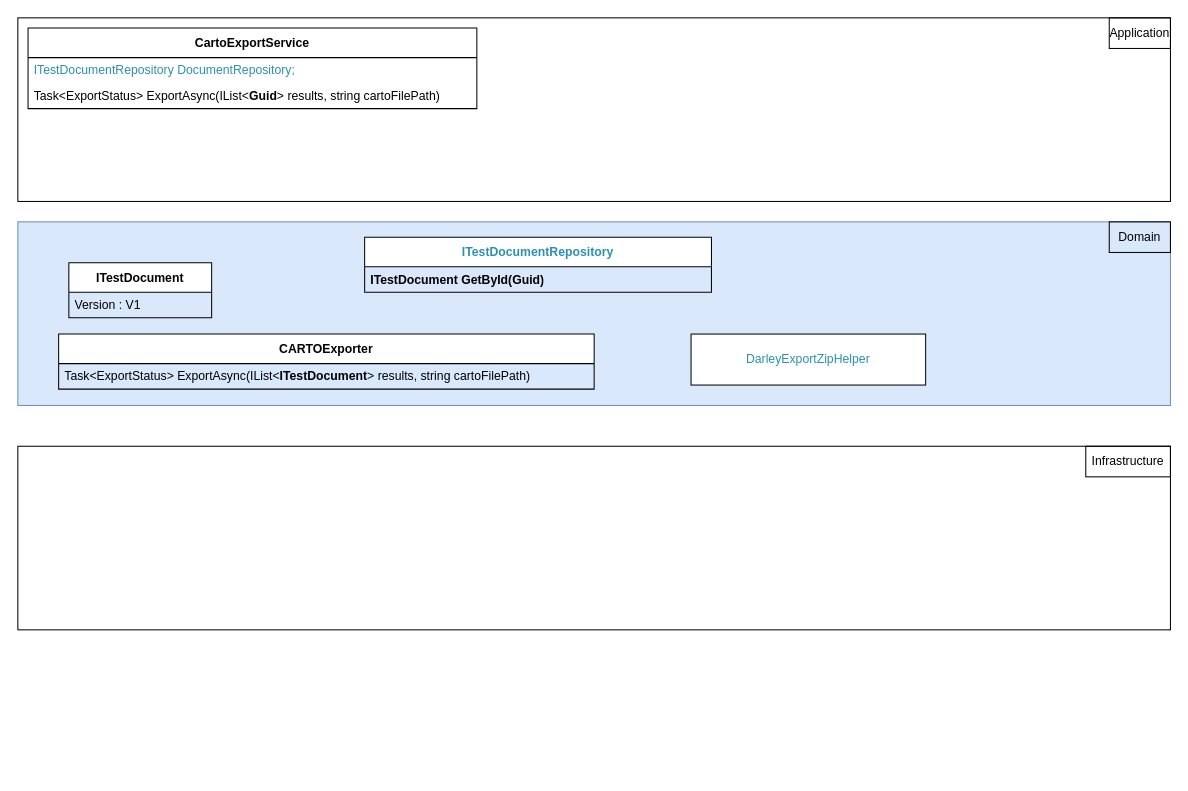
AmolSJawalkar/DrawIO keeps this draw.io diagram as Temp/Untitled Diagram.drawio. Above is the earlier version. Source tidied: cells renumbered, new cells numbered last; positions are measured from the earlier drawing's top-left corner, leaving out a move shared by most shapes. Both pictures are drawn from the tidied source at 102%, with x=0, y=0 at pixel (17, 17).
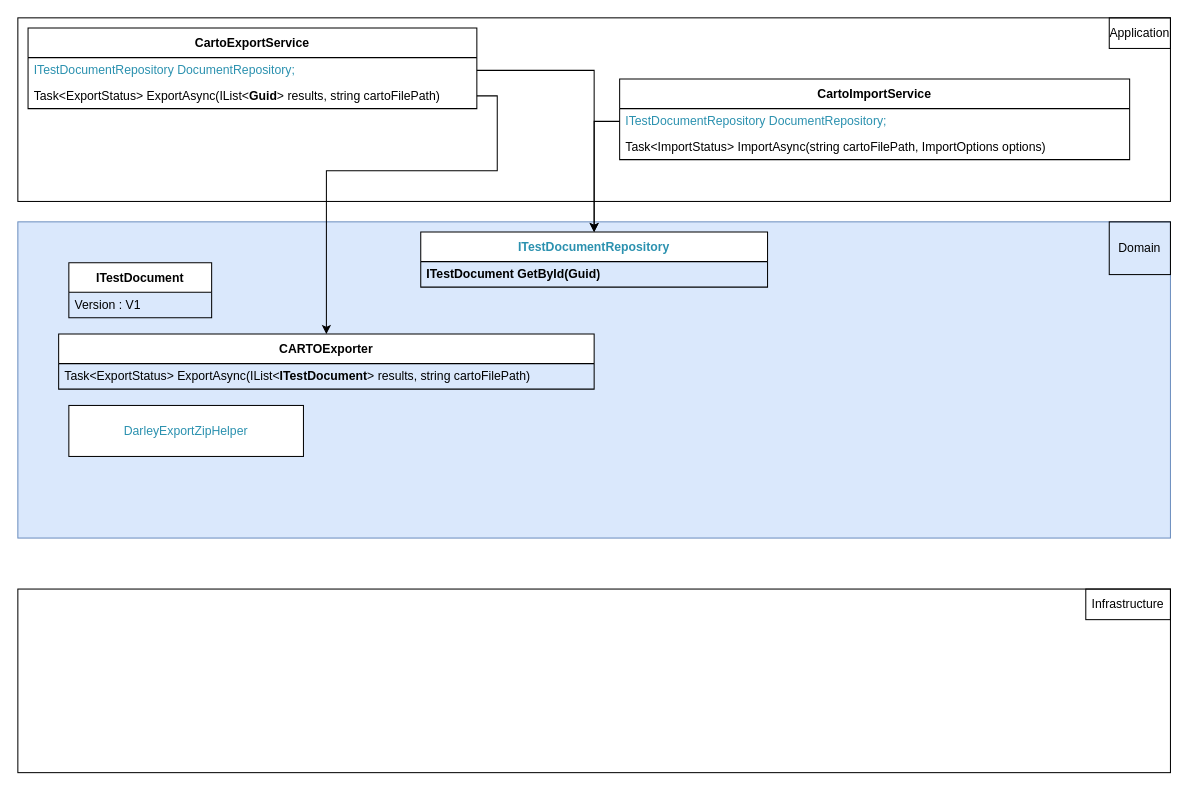
The same diagram, later.

Unchanged cells that the change refers to:
```xml
<mxCell id="8" style="group;" parent="1" vertex="1">
  <mxGeometry width="1130" height="180" as="geometry" />
</mxCell>
<mxCell id="12" value="&lt;font color=&quot;#2b91af&quot;&gt;ITestDocumentRepository DocumentRepository;&lt;/font&gt;" style="text;html=1;strokeColor=none;fillColor=none;align=left;verticalAlign=middle;spacingLeft=4;spacingRight=4;overflow=hidden;points=[[0,0.5],[1,0.5]];portConstraint=eastwest;whiteSpace=wrap;" parent="11" vertex="1">
  <mxGeometry y="29" width="440" height="25" as="geometry" />
</mxCell>
<mxCell id="13" value="&lt;div style=&quot;text-align: center;&quot;&gt;&lt;span style=&quot;background-color: transparent; color: light-dark(rgb(0, 0, 0), rgb(255, 255, 255));&quot;&gt;Task&amp;lt;ExportStatus&amp;gt; ExportAsync(IList&amp;lt;&lt;b&gt;Guid&lt;/b&gt;&lt;/span&gt;&lt;span style=&quot;background-color: transparent; color: light-dark(rgb(0, 0, 0), rgb(255, 255, 255));&quot;&gt;&amp;gt; results, string cartoFilePath)&lt;/span&gt;&lt;/div&gt;" style="text;html=1;strokeColor=none;fillColor=none;align=left;verticalAlign=middle;spacingLeft=4;spacingRight=4;overflow=hidden;points=[[0,0.5],[1,0.5]];portConstraint=eastwest;whiteSpace=wrap;" parent="11" vertex="1">
  <mxGeometry y="54" width="440" height="25" as="geometry" />
</mxCell>
<mxCell id="16" value="CARTOExporter" style="swimlane;fontStyle=1;align=center;verticalAlign=middle;horizontal=1;startSize=29;html=1;whiteSpace=wrap;" parent="1" vertex="1">
  <mxGeometry x="40" y="310" width="525" height="54" as="geometry" />
</mxCell>
```

Change to the diagram source:
```diff
@@
     <mxCell id="2" style="group;" parent="1" vertex="1">
-      <mxGeometry y="420" width="1130" height="180" as="geometry" />
+      <mxGeometry y="560" width="1130" height="180" as="geometry" />
     </mxCell>
@@
     <mxCell id="5" style="group;" parent="1" vertex="1">
-      <mxGeometry y="200" width="1130" height="180" as="geometry" />
+      <mxGeometry y="200" width="1130" height="310" as="geometry" />
     </mxCell>
     <mxCell id="6" style="rounded=0;whiteSpace=wrap;html=1;fillColor=#dae8fc;strokeColor=#6c8ebf;" parent="5" vertex="1">
-      <mxGeometry width="1130" height="180" as="geometry" />
+      <mxGeometry width="1130" height="310" as="geometry" />
     </mxCell>
     <mxCell id="7" value="Domain" style="text;html=1;whiteSpace=wrap;strokeColor=default;fillColor=none;align=center;verticalAlign=middle;rounded=0;" parent="5" vertex="1">
-      <mxGeometry x="1070" width="60" height="30" as="geometry" />
+      <mxGeometry x="1070" width="60" height="51.7" as="geometry" />
     </mxCell>
+    <mxCell id="18" value="&lt;pre style=&quot;font-family: &amp;quot;Cascadia Mono&amp;quot;; font-size: 9pt;&quot;&gt;&lt;span style=&quot;color:#2b91af&quot;&gt;DarleyExportZipHelper&lt;/span&gt;&lt;/pre&gt;" style="html=1;whiteSpace=wrap;" parent="5" vertex="1">
+      <mxGeometry x="50" y="180" width="230" height="50" as="geometry" />
+    </mxCell>
+    <mxCell id="19" value="&lt;pre style=&quot;font-family: &amp;quot;Cascadia Mono&amp;quot;; font-size: 9pt;&quot;&gt;&lt;span style=&quot;color:#2b91af&quot;&gt;ITestDocumentRepository&lt;/span&gt;&lt;/pre&gt;" style="swimlane;fontStyle=1;align=center;verticalAlign=middle;horizontal=1;startSize=29;html=1;whiteSpace=wrap;" parent="5" vertex="1">
+      <mxGeometry x="395" y="10" width="340" height="54" as="geometry" />
+    </mxCell>
+    <mxCell id="20" value="&lt;span style=&quot;font-weight: 700; text-align: center;&quot;&gt;ITestDocument GetById(Guid)&lt;/span&gt;" style="text;html=1;strokeColor=none;fillColor=none;align=left;verticalAlign=middle;spacingLeft=4;spacingRight=4;overflow=hidden;whiteSpace=wrap;" parent="19" vertex="1">
+      <mxGeometry y="29" width="340" height="25" as="geometry" />
+    </mxCell>
@@
+    <mxCell id="21" value="CartoImportService" style="swimlane;fontStyle=1;align=center;verticalAlign=middle;horizontal=1;startSize=29;html=1;whiteSpace=wrap;" parent="8" vertex="1">
+      <mxGeometry x="590" y="60" width="500" height="79" as="geometry" />
+    </mxCell>
+    <mxCell id="22" value="&lt;font color=&quot;#2b91af&quot;&gt;ITestDocumentRepository DocumentRepository;&lt;/font&gt;" style="text;html=1;strokeColor=none;fillColor=none;align=left;verticalAlign=middle;spacingLeft=4;spacingRight=4;overflow=hidden;points=[[0,0.5],[1,0.5]];portConstraint=eastwest;whiteSpace=wrap;" parent="21" vertex="1">
+      <mxGeometry y="29" width="500" height="25" as="geometry" />
+    </mxCell>
+    <mxCell id="23" value="Task&amp;lt;ImportStatus&amp;gt; ImportAsync(string cartoFilePath, ImportOptions options)" style="text;html=1;strokeColor=none;fillColor=none;align=left;verticalAlign=middle;spacingLeft=4;spacingRight=4;overflow=hidden;whiteSpace=wrap;" parent="21" vertex="1">
+      <mxGeometry y="54" width="500" height="25" as="geometry" />
+    </mxCell>
@@
-    <mxCell id="18" value="&lt;pre style=&quot;font-family: &amp;quot;Cascadia Mono&amp;quot;; font-size: 9pt;&quot;&gt;&lt;span style=&quot;color:#2b91af&quot;&gt;DarleyExportZipHelper&lt;/span&gt;&lt;/pre&gt;" style="html=1;whiteSpace=wrap;" parent="1" vertex="1">
-      <mxGeometry x="660" y="310" width="230" height="50" as="geometry" />
-    </mxCell>
-    <mxCell id="19" value="&lt;pre style=&quot;font-family: &amp;quot;Cascadia Mono&amp;quot;; font-size: 9pt;&quot;&gt;&lt;span style=&quot;color:#2b91af&quot;&gt;ITestDocumentRepository&lt;/span&gt;&lt;/pre&gt;" style="swimlane;fontStyle=1;align=center;verticalAlign=middle;horizontal=1;startSize=29;html=1;whiteSpace=wrap;" parent="1" vertex="1">
-      <mxGeometry x="340" y="215" width="340" height="54" as="geometry" />
-    </mxCell>
-    <mxCell id="20" value="&lt;span style=&quot;font-weight: 700; text-align: center;&quot;&gt;ITestDocument GetById(Guid)&lt;/span&gt;" style="text;html=1;strokeColor=none;fillColor=none;align=left;verticalAlign=middle;spacingLeft=4;spacingRight=4;overflow=hidden;whiteSpace=wrap;" parent="19" vertex="1">
-      <mxGeometry y="29" width="340" height="25" as="geometry" />
-    </mxCell>
+    <mxCell id="24" style="edgeStyle=orthogonalEdgeStyle;rounded=0;jettySize=auto;html=1;" parent="1" edge="1" source="13" target="16">
+      <mxGeometry relative="1" as="geometry">
+        <Array as="points">
+          <mxPoint x="470" y="76.5" />
+          <mxPoint x="470" y="150" />
+          <mxPoint x="302.5" y="150" />
+        </Array>
+      </mxGeometry>
+    </mxCell>
+    <mxCell id="25" style="edgeStyle=orthogonalEdgeStyle;rounded=0;jettySize=auto;html=1;" parent="1" edge="1" source="12" target="19">
+      <mxGeometry relative="1" as="geometry" />
+    </mxCell>
+    <mxCell id="26" style="edgeStyle=orthogonalEdgeStyle;rounded=0;jettySize=auto;html=1;entryX=0.5;entryY=0;entryDx=0;entryDy=0;" parent="1" edge="1" source="22" target="19">
+      <mxGeometry relative="1" as="geometry" />
+    </mxCell>
```
